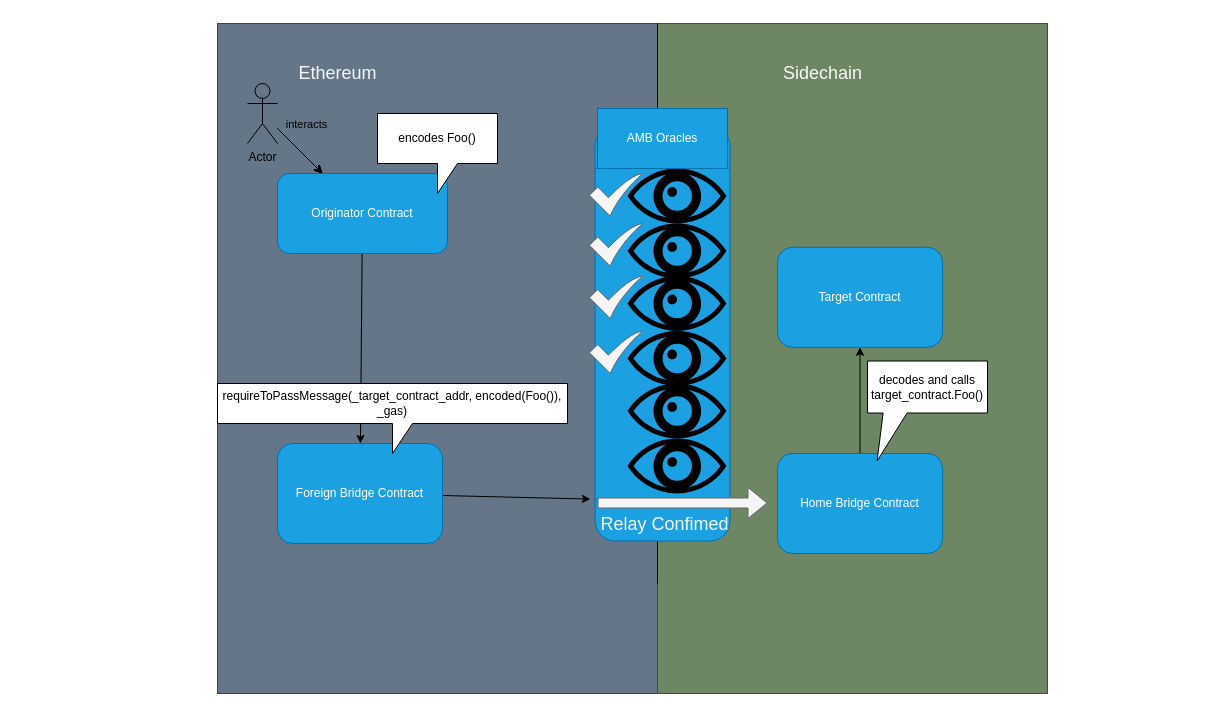
gnosischain/documentation keeps this draw.io diagram as docs/bridges/tokenbridge/amb-bridge-contract-flow.drawio. Above is the earlier version. Source tidied: cells renumbered, new cells numbered last; positions are measured from the earlier drawing's top-left corner, leaving out a move shared by most shapes. Both pictures are drawn from the tidied source at 100%, with x=0, y=0 at pixel (217, 23).
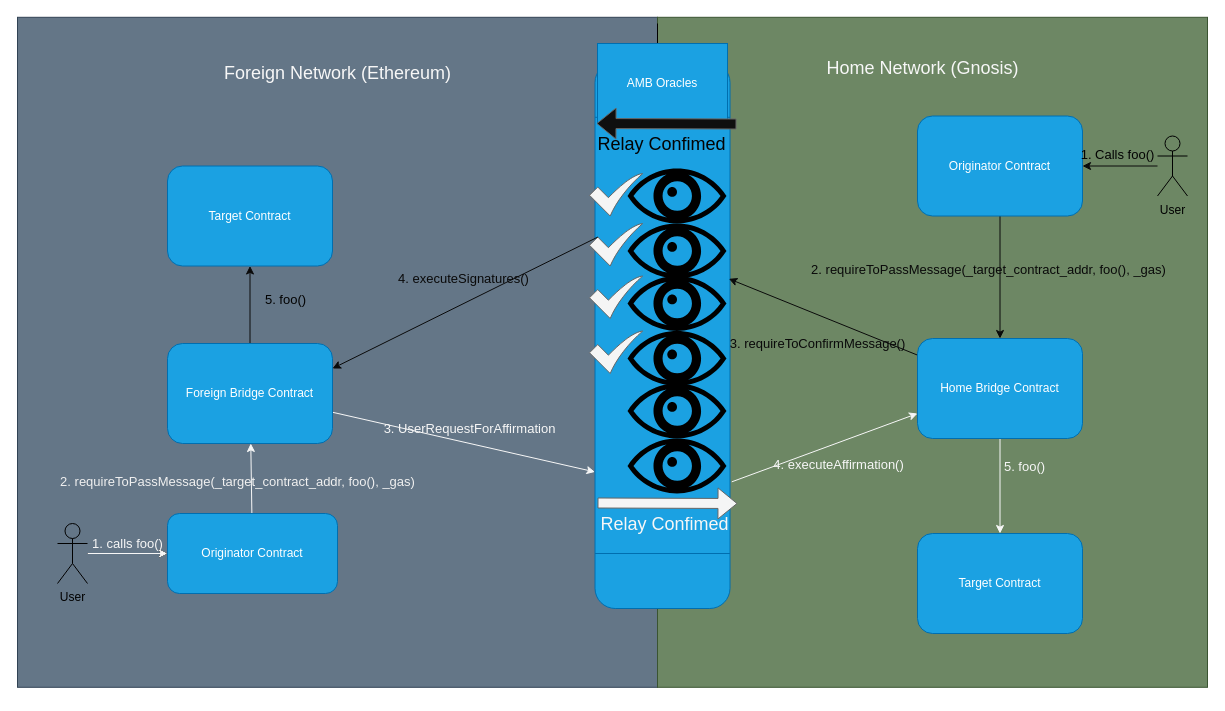
The same page after the edit.

Commit message (it also covers changes not shown here):
added more detailed diagram, first pass info

The change refers to these unchanged cells:
```xml
<mxCell id="19" style="shape=mxgraph.signs.healthcare.eye;html=1;fillColor=#000000;strokeColor=none;verticalLabelPosition=bottom;verticalAlign=top;align=center;" parent="1" vertex="1">
  <mxGeometry x="410" y="252.5" width="99" height="55" as="geometry" />
</mxCell>
<mxCell id="21" style="shape=mxgraph.signs.healthcare.eye;html=1;fillColor=#000000;strokeColor=none;verticalLabelPosition=bottom;verticalAlign=top;align=center;" parent="1" vertex="1">
  <mxGeometry x="410" y="415" width="99" height="55" as="geometry" />
</mxCell>
<mxCell id="24" style="sketch=0;html=1;strokeColor=#666666;shadow=0;align=center;verticalAlign=top;fillColor=#f5f5f5;shape=mxgraph.gcp2.check;fontColor=#333333;" parent="1" vertex="1">
  <mxGeometry x="372" y="200" width="53.1" height="42.5" as="geometry" />
</mxCell>
```

Change to the diagram source:
```diff
@@
     <mxCell id="2" style="rounded=0;whiteSpace=wrap;html=1;labelBackgroundColor=none;fontSize=18;direction=south;fillColor=#647687;strokeColor=#314354;fontColor=#ffffff;" parent="1" vertex="1">
-      <mxGeometry width="440" height="670" as="geometry" />
+      <mxGeometry x="-200" y="-6.2" width="640" height="670" as="geometry" />
     </mxCell>
     <mxCell id="3" style="rounded=0;whiteSpace=wrap;html=1;labelBackgroundColor=none;fontSize=18;fontColor=#ffffff;direction=south;fillColor=#6d8764;strokeColor=#3A5431;" parent="1" vertex="1">
-      <mxGeometry x="440" width="390" height="670" as="geometry" />
+      <mxGeometry x="440" y="-6.2" width="550" height="670" as="geometry" />
     </mxCell>
@@
-    <mxCell id="5" value="interacts" style="edgeStyle=none;html=1;labelBackgroundColor=none;" parent="1" edge="1" source="9" target="11">
-      <mxGeometry x="-0.43" y="23" relative="1" as="geometry" />
+    <mxCell id="5" value="&lt;font style=&quot;font-size: 13px&quot; color=&quot;#f7f7f7&quot;&gt;1. calls foo()&lt;/font&gt;" style="edgeStyle=none;html=1;labelBackgroundColor=none;" parent="1" edge="1" source="9" target="11">
+      <mxGeometry y="10" relative="1" as="geometry" />
     </mxCell>
@@
-    <mxCell id="8" style="edgeStyle=none;html=1;labelBackgroundColor=#FFFFFF;fontSize=18;fontColor=#F7F7F7;" parent="1" edge="1" source="9" target="11">
+    <mxCell id="8" style="edgeStyle=none;html=1;labelBackgroundColor=#FFFFFF;fontSize=18;fontColor=#F7F7F7;strokeColor=#F7F7F7;" parent="1" edge="1" source="9" target="11">
       <mxGeometry relative="1" as="geometry" />
     </mxCell>
-    <mxCell id="9" value="Actor" style="shape=umlActor;verticalLabelPosition=bottom;verticalAlign=top;html=1;outlineConnect=0;fillColor=none;" parent="1" vertex="1">
-      <mxGeometry x="30" y="60" width="30" height="60" as="geometry" />
+    <mxCell id="9" value="User&lt;br&gt;" style="shape=umlActor;verticalLabelPosition=bottom;verticalAlign=top;html=1;outlineConnect=0;fillColor=none;" parent="1" vertex="1">
+      <mxGeometry x="-160" y="500" width="30" height="60" as="geometry" />
     </mxCell>
-    <mxCell id="10" style="edgeStyle=none;html=1;" parent="1" edge="1" source="11" target="14">
-      <mxGeometry relative="1" as="geometry" />
+    <mxCell id="10" value="&lt;font style=&quot;font-size: 13px&quot;&gt;&lt;br&gt;&lt;br&gt;&lt;span style=&quot;color: rgb(240 , 240 , 240) ; font-family: &amp;#34;helvetica&amp;#34; ; font-style: normal ; font-weight: 400 ; letter-spacing: normal ; text-align: center ; text-indent: 0px ; text-transform: none ; word-spacing: 0px ; display: inline ; float: none&quot;&gt;2. requireToPassMessage(_target_contract_addr, foo(), _gas)&lt;/span&gt;&lt;/font&gt;" style="edgeStyle=none;html=1;labelBackgroundColor=none;strokeColor=#F7F7F7;" parent="1" edge="1" source="11" target="14">
+      <mxGeometry x="0.33" y="14" relative="1" as="geometry" />
     </mxCell>
     <mxCell id="11" value="Originator Contract" style="rounded=1;whiteSpace=wrap;html=1;fillColor=#1ba1e2;fontColor=#ffffff;strokeColor=#006EAF;" parent="1" vertex="1">
-      <mxGeometry x="60" y="150" width="170" height="80" as="geometry" />
+      <mxGeometry x="-50" y="490" width="170" height="80" as="geometry" />
     </mxCell>
-    <mxCell id="12" value="encodes Foo()" style="shape=callout;whiteSpace=wrap;html=1;perimeter=calloutPerimeter;" parent="1" vertex="1">
-      <mxGeometry x="160" y="90" width="120" height="80" as="geometry" />
-    </mxCell>
-    <mxCell id="13" style="edgeStyle=none;html=1;entryX=0.101;entryY=-0.034;entryDx=0;entryDy=0;entryPerimeter=0;" parent="1" edge="1" source="14" target="16">
-      <mxGeometry relative="1" as="geometry" />
+    <mxCell id="13" value="&lt;font color=&quot;#f7f7f7&quot;&gt;3. UserRequestForAffirmation&lt;/font&gt;" style="edgeStyle=none;html=1;labelBackgroundColor=none;fontSize=13;strokeColor=#F7F7F7;entryX=0.25;entryY=0;entryDx=0;entryDy=0;" parent="1" edge="1" source="14" target="16">
+      <mxGeometry x="0.02" y="15" relative="1" as="geometry" />
     </mxCell>
+    <mxCell id="36" value="5. foo()" style="edgeStyle=none;html=1;entryX=0.5;entryY=1;entryDx=0;entryDy=0;labelBackgroundColor=none;fontSize=13;fontColor=#030303;strokeColor=#0A0A0A;fillColor=#0F0F0F;" parent="1" edge="1" source="14" target="46">
+      <mxGeometry x="0.14" y="-35" relative="1" as="geometry" />
+    </mxCell>
     <mxCell id="14" value="Foreign Bridge Contract" style="rounded=1;whiteSpace=wrap;html=1;fillColor=#1ba1e2;strokeColor=#006EAF;fontColor=#ffffff;" parent="1" vertex="1">
-      <mxGeometry x="60" y="420" width="165" height="100" as="geometry" />
+      <mxGeometry x="-50" y="320" width="165" height="100" as="geometry" />
     </mxCell>
-    <mxCell id="15" value="requireToPassMessage(_target_contract_addr, encoded(Foo()), _gas)" style="shape=callout;whiteSpace=wrap;html=1;perimeter=calloutPerimeter;" parent="1" vertex="1">
-      <mxGeometry y="360" width="350" height="70" as="geometry" />
-    </mxCell>
+    <mxCell id="37" value="4. executeAffirmation()" style="edgeStyle=none;html=1;entryX=0;entryY=0.75;entryDx=0;entryDy=0;labelBackgroundColor=none;fontSize=13;fontColor=#F7F7F7;strokeColor=#F7F7F7;exitX=1.053;exitY=0.788;exitDx=0;exitDy=0;exitPerimeter=0;" parent="1" edge="1" source="21" target="31">
+      <mxGeometry x="0.07" y="-21" relative="1" as="geometry" />
+    </mxCell>
     <mxCell id="16" style="shape=process;whiteSpace=wrap;html=1;backgroundOutline=1;fillColor=#1ba1e2;strokeColor=#006EAF;fontColor=#ffffff;rounded=1;rotation=-90;" parent="1" vertex="1">
-      <mxGeometry x="237.5" y="242.5" width="415" height="135" as="geometry" />
+      <mxGeometry x="171.9" y="244.4" width="546.2" height="135" as="geometry" />
     </mxCell>
@@
     <mxCell id="27" style="shape=flexArrow;endArrow=classic;html=1;fillColor=#f5f5f5;strokeColor=#666666;" parent="1" edge="1">
       <mxGeometry x="-0.29" y="-20" relative="1" as="geometry">
         <mxPoint x="380" y="479.5" as="sourcePoint" />
-        <mxPoint x="550" y="479.5" as="targetPoint" />
+        <mxPoint x="520" y="480" as="targetPoint" />
       </mxGeometry>
     </mxCell>
     <mxCell id="28" value="Relay Confimed" style="edgeLabel;html=1;align=center;verticalAlign=middle;fontSize=18;fontColor=#F7F7F7;labelBackgroundColor=none;" parent="27" vertex="1">
       <mxGeometry x="0.21" y="1" relative="1" as="geometry">
-        <mxPoint x="-37" y="22" as="offset" />
+        <mxPoint x="-19" y="22" as="offset" />
       </mxGeometry>
     </mxCell>
     <mxCell id="29" value="&lt;p style=&quot;line-height: 1.7&quot;&gt;AMB Oracles&lt;/p&gt;" style="rounded=0;whiteSpace=wrap;html=1;fontColor=#ffffff;fillColor=#1ba1e2;strokeColor=#006EAF;" parent="1" vertex="1">
-      <mxGeometry x="380" y="85" width="130" height="60" as="geometry" />
+      <mxGeometry x="380" y="20" width="130" height="80" as="geometry" />
     </mxCell>
-    <mxCell id="30" style="edgeStyle=none;html=1;labelBackgroundColor=#FFFFFF;fontSize=18;fontColor=#F7F7F7;" parent="1" edge="1" source="31" target="33">
-      <mxGeometry relative="1" as="geometry" />
+    <mxCell id="30" value="5. foo()" style="edgeStyle=none;html=1;labelBackgroundColor=none;fontSize=13;fontColor=#F7F7F7;strokeColor=#F7F7F7;" parent="1" edge="1" source="31" target="33">
+      <mxGeometry x="-0.41" y="23" relative="1" as="geometry">
+        <mxPoint x="1" as="offset" />
+      </mxGeometry>
     </mxCell>
+    <mxCell id="38" value="3. requireToConfirmMessage()" style="edgeStyle=none;html=1;entryX=1.024;entryY=0.051;entryDx=0;entryDy=0;entryPerimeter=0;labelBackgroundColor=none;fontSize=13;fontColor=#0A0A0A;strokeColor=#0A0A0A;" parent="1" edge="1" source="31" target="19">
+      <mxGeometry x="-0.05" y="27" relative="1" as="geometry" />
+    </mxCell>
     <mxCell id="31" value="Home Bridge Contract" style="rounded=1;whiteSpace=wrap;html=1;fillColor=#1ba1e2;strokeColor=#006EAF;fontColor=#ffffff;" parent="1" vertex="1">
-      <mxGeometry x="560" y="430" width="165" height="100" as="geometry" />
+      <mxGeometry x="700" y="315" width="165" height="100" as="geometry" />
     </mxCell>
-    <mxCell id="32" value="decodes and calls target_contract.Foo()" style="shape=callout;whiteSpace=wrap;html=1;perimeter=calloutPerimeter;rotation=0;base=24;position2=0.08;size=48;position=0.13;" parent="1" vertex="1">
-      <mxGeometry x="650" y="337.5" width="120" height="100" as="geometry" />
-    </mxCell>
     <mxCell id="33" value="Target Contract" style="rounded=1;whiteSpace=wrap;html=1;fillColor=#1ba1e2;strokeColor=#006EAF;fontColor=#ffffff;" parent="1" vertex="1">
-      <mxGeometry x="560" y="223.8" width="165" height="100" as="geometry" />
+      <mxGeometry x="700" y="510" width="165" height="100" as="geometry" />
     </mxCell>
-    <mxCell id="34" value="Ethereum" style="text;html=1;align=center;verticalAlign=middle;strokeColor=none;fillColor=none;fontSize=18;fontColor=#F7F7F7;" parent="1" vertex="1">
-      <mxGeometry x="75" y="35" width="90" height="30" as="geometry" />
+    <mxCell id="34" value="Foreign Network (Ethereum)" style="text;html=1;align=center;verticalAlign=middle;strokeColor=none;fillColor=none;fontSize=18;fontColor=#F7F7F7;" parent="1" vertex="1">
+      <mxGeometry y="35" width="240" height="30" as="geometry" />
     </mxCell>
-    <mxCell id="35" value="Sidechain" style="text;html=1;align=center;verticalAlign=middle;strokeColor=none;fillColor=none;fontSize=18;fontColor=#F7F7F7;" parent="1" vertex="1">
-      <mxGeometry x="560" y="35" width="90" height="30" as="geometry" />
+    <mxCell id="35" value="Home Network (Gnosis)&lt;br&gt;" style="text;html=1;align=center;verticalAlign=middle;strokeColor=none;fillColor=none;fontSize=18;fontColor=#F7F7F7;" parent="1" vertex="1">
+      <mxGeometry x="600" y="30" width="210" height="30" as="geometry" />
     </mxCell>
+    <mxCell id="39" value="&lt;br&gt;&lt;br&gt;&lt;span style=&quot;font-family: &amp;#34;helvetica&amp;#34; ; font-size: 13px ; font-style: normal ; font-weight: 400 ; letter-spacing: normal ; text-align: center ; text-indent: 0px ; text-transform: none ; word-spacing: 0px ; display: inline ; float: none&quot;&gt;2. requireToPassMessage(_target_contract_addr, foo(), _gas)&lt;/span&gt;&lt;br&gt;" style="edgeStyle=none;html=1;labelBackgroundColor=none;fontSize=13;strokeColor=#0A0A0A;fontColor=#0A0A0A;" parent="1" edge="1" source="40" target="31">
+      <mxGeometry x="-0.39" y="-12" relative="1" as="geometry">
+        <mxPoint y="1" as="offset" />
+      </mxGeometry>
+    </mxCell>
+    <mxCell id="40" value="Originator Contract" style="rounded=1;whiteSpace=wrap;html=1;fillColor=#1ba1e2;strokeColor=#006EAF;fontColor=#ffffff;" parent="1" vertex="1">
+      <mxGeometry x="700" y="92.5" width="165" height="100" as="geometry" />
+    </mxCell>
+    <mxCell id="41" value="&lt;font color=&quot;#030303&quot;&gt;1. Calls foo()&lt;/font&gt;" style="edgeStyle=none;html=1;labelBackgroundColor=none;fontSize=13;strokeColor=#0A0A0A;" parent="1" edge="1" source="42" target="40">
+      <mxGeometry x="0.07" y="-12" relative="1" as="geometry" />
+    </mxCell>
+    <mxCell id="42" value="User&lt;br&gt;" style="shape=umlActor;verticalLabelPosition=bottom;verticalAlign=top;html=1;outlineConnect=0;fillColor=none;" parent="1" vertex="1">
+      <mxGeometry x="940" y="112.5" width="30" height="60" as="geometry" />
+    </mxCell>
+    <mxCell id="43" style="shape=flexArrow;endArrow=classic;html=1;fillColor=#0F0F0F;strokeColor=#666666;" parent="1" edge="1">
+      <mxGeometry x="-0.29" y="-20" relative="1" as="geometry">
+        <mxPoint x="519" y="100.5" as="sourcePoint" />
+        <mxPoint x="379" y="100" as="targetPoint" />
+      </mxGeometry>
+    </mxCell>
+    <mxCell id="44" value="Relay Confimed" style="edgeLabel;html=1;align=center;verticalAlign=middle;fontSize=18;fontColor=#030303;labelBackgroundColor=none;" parent="43" vertex="1">
+      <mxGeometry x="0.21" y="1" relative="1" as="geometry">
+        <mxPoint x="10" y="19" as="offset" />
+      </mxGeometry>
+    </mxCell>
+    <mxCell id="45" value="4. executeSignatures()" style="edgeStyle=none;html=1;entryX=1;entryY=0.25;entryDx=0;entryDy=0;labelBackgroundColor=none;fontSize=13;fontColor=#0A0A0A;strokeColor=#0A0A0A;exitX=0.157;exitY=0.319;exitDx=0;exitDy=0;exitPerimeter=0;" parent="1" edge="1" source="24" target="14">
+      <mxGeometry x="-0.06" y="-23" relative="1" as="geometry" />
+    </mxCell>
+    <mxCell id="46" value="Target Contract" style="rounded=1;whiteSpace=wrap;html=1;fillColor=#1ba1e2;strokeColor=#006EAF;fontColor=#ffffff;" parent="1" vertex="1">
+      <mxGeometry x="-50" y="142.5" width="165" height="100" as="geometry" />
+    </mxCell>
```
